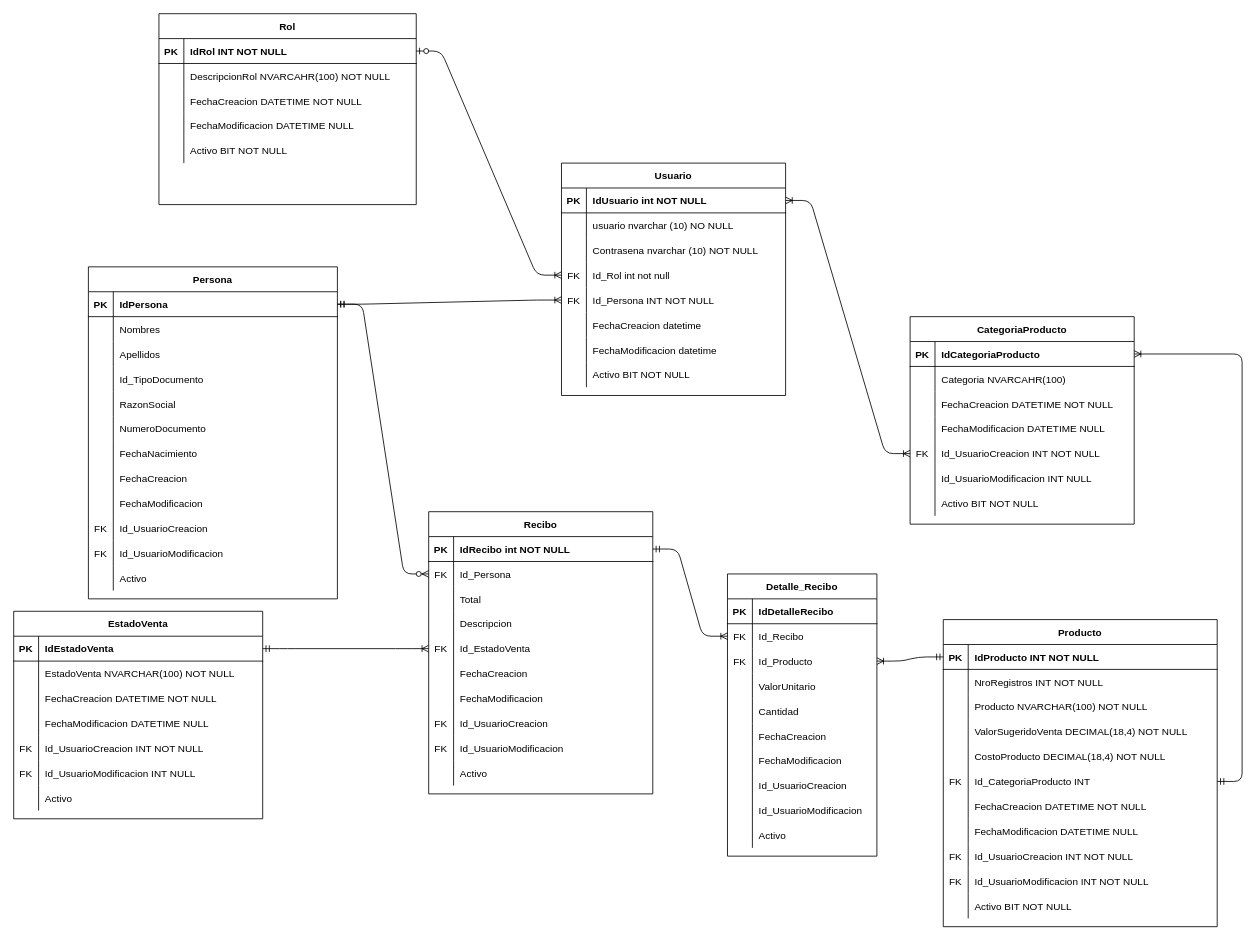
This is page "Facturación" (1 of 2) of Diagramas/EntidadRelacion.drawio from Cicery/ProyectoTallerMecanico, a draw.io file, before an edit. Source tidied: cells renumbered, new cells numbered last; positions are measured from the earlier drawing's top-left corner, leaving out a move shared by most shapes. Both pictures are drawn from the tidied source at 83%, with x=0, y=0 at pixel (13, 13).
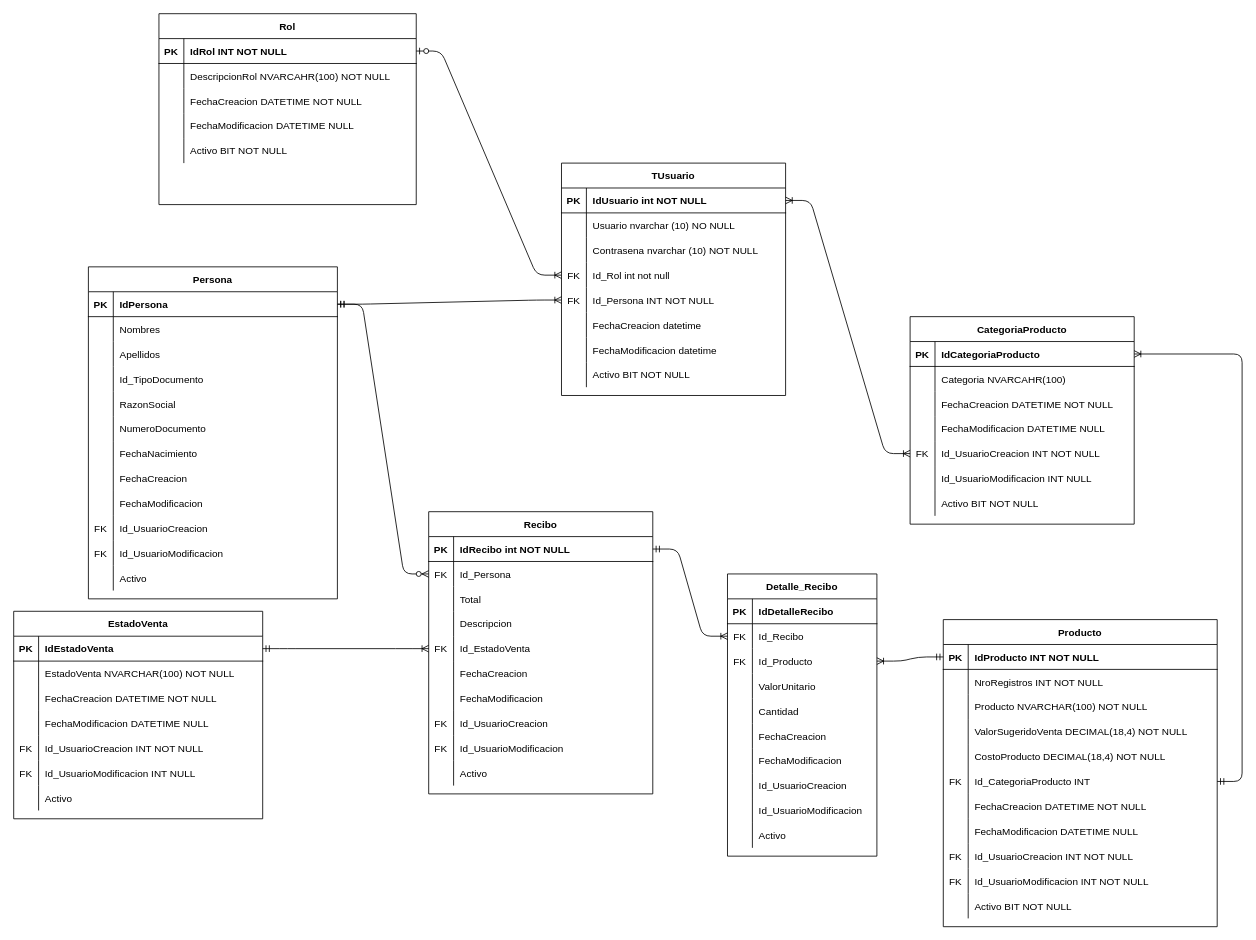
Above is the later version.

Unchanged cells that the change refers to:
```xml
<mxCell id="6" style="shape=partialRectangle;fillColor=none;top=0;left=0;right=0;bottom=0;" parent="2" vertex="1">
  <mxGeometry y="60" width="270" height="30" as="geometry" />
</mxCell>
```

What changed in the source:
```diff
@@
-    <mxCell id="2" value="Usuario" style="shape=table;startSize=30;childLayout=tableLayout;rowLines=0;fontStyle=1;align=center;" parent="1" vertex="1">
+    <mxCell id="2" value="TUsuario" style="shape=table;startSize=30;childLayout=tableLayout;rowLines=0;fontStyle=1;align=center;" parent="1" vertex="1">
       <mxGeometry x="660" y="180" width="270" height="280" as="geometry" />
     </mxCell>
@@
-    <mxCell id="8" value="usuario nvarchar (10) NO NULL" style="shape=partialRectangle;overflow=hidden;fillColor=none;top=0;left=0;bottom=0;right=0;align=left;spacingLeft=6;" parent="6" vertex="1">
+    <mxCell id="8" value="Usuario nvarchar (10) NO NULL" style="shape=partialRectangle;overflow=hidden;fillColor=none;top=0;left=0;bottom=0;right=0;align=left;spacingLeft=6;" parent="6" vertex="1">
       <mxGeometry x="30" width="240" height="30" as="geometry" />
     </mxCell>
```
